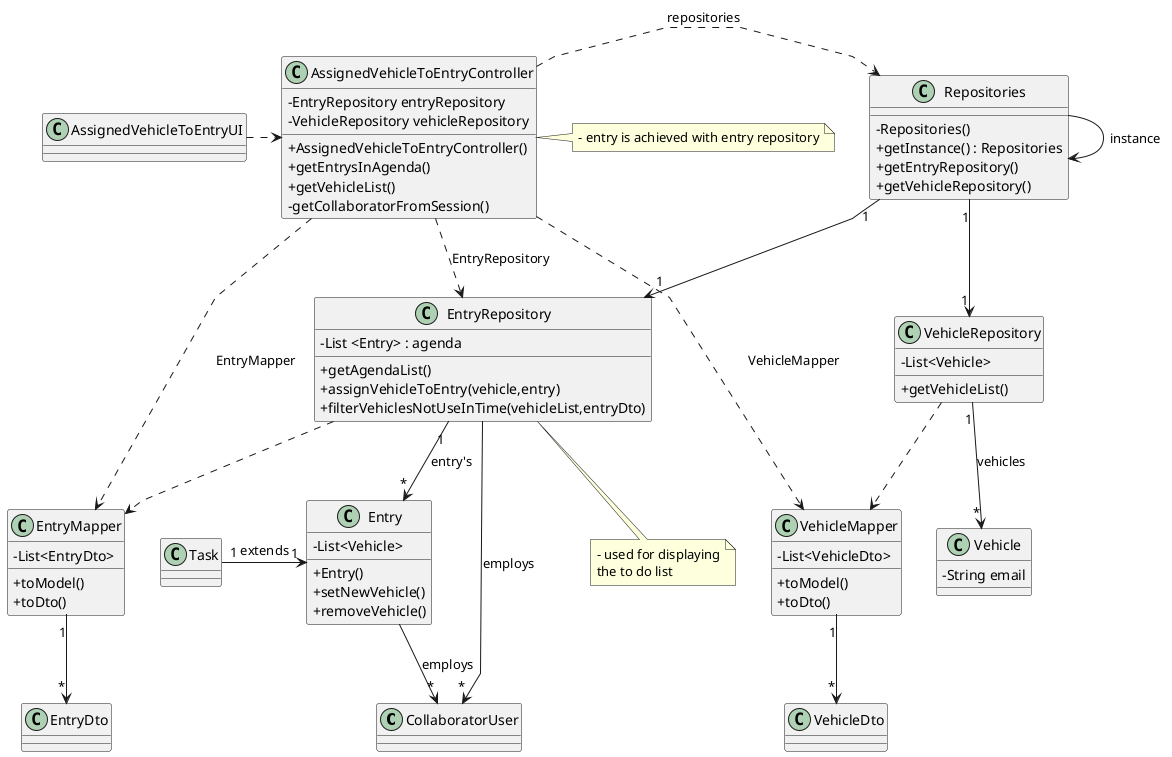
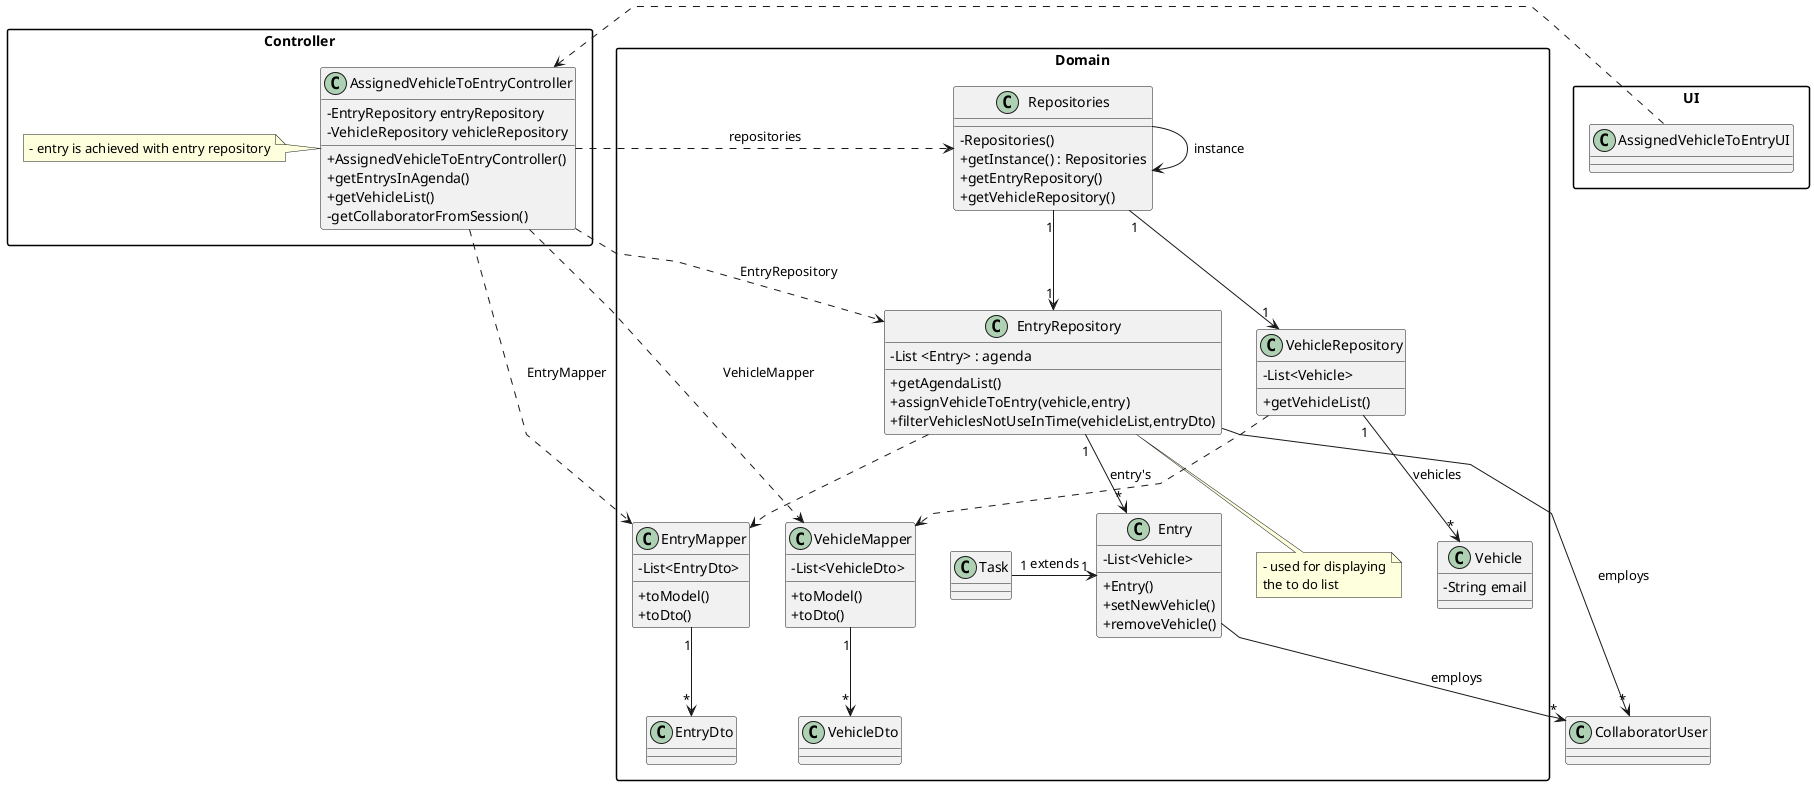
@startuml
'skinparam monochrome true
skinparam packageStyle rectangle
skinparam shadowing false
skinparam linetype polyline
'skinparam linetype orto

skinparam classAttributeIconSize 0

'left to right direction

- 
- class CollaboratorUser {
- }
- 
- 
+ package "Domain" {
class Entry {
    - List<Vehicle>
    + Entry()
    + setNewVehicle()
    + removeVehicle()
}

class Task{
}
- 
- 
class EntryRepository {
    - List <Entry> : agenda

    + getAgendaList()
    + assignVehicleToEntry(vehicle,entry)
    + filterVehiclesNotUseInTime(vehicleList,entryDto)
}
+ 
+ 
+ note bottom of EntryRepository
+     - used for displaying
+     the to do list
+ end note

class VehicleRepository{
    - List<Vehicle>

    + getVehicleList()
}

class Vehicle {
    - String email
}


class Repositories {
    - Repositories()
    + getInstance() : Repositories
    + getEntryRepository()
    + getVehicleRepository()
- }
- 
- class AssignedVehicleToEntryController {
-     - EntryRepository entryRepository
-     - VehicleRepository vehicleRepository
-     + AssignedVehicleToEntryController()
-     + getEntrysInAgenda()
-     + getVehicleList()
-     - getCollaboratorFromSession()
}

class EntryMapper{
    - List<EntryDto>
    + toModel()
    + toDto()
}

class EntryDto{
}

class VehicleMapper{
    - List<VehicleDto>
    + toModel()
    + toDto()
}

class VehicleDto{
}

+ }

- note right of AssignedVehicleToEntryController
+ 
+ 
+ class CollaboratorUser {
+ }
+ 
+ 
+ package "Controller"{
+ 
+ class AssignedVehicleToEntryController {
+     - EntryRepository entryRepository
+     - VehicleRepository vehicleRepository
+     + AssignedVehicleToEntryController()
+     + getEntrysInAgenda()
+     + getVehicleList()
+     - getCollaboratorFromSession()
+ }
+ 
+ note left of AssignedVehicleToEntryController
    - entry is achieved with entry repository
end note

- note bottom of EntryRepository
-     - used for displaying
-     the to do list
- end note
+ 
+ }
+ 
+ 
+ 
+ package "UI"{

class AssignedVehicleToEntryUI {
}

+ }
Repositories -> Repositories : instance


AssignedVehicleToEntryUI .> AssignedVehicleToEntryController

AssignedVehicleToEntryController .> Repositories : repositories
Repositories "1" --> "1" EntryRepository
Repositories "1" --> "1" VehicleRepository

AssignedVehicleToEntryController ..> EntryRepository : EntryRepository
AssignedVehicleToEntryController ..> EntryMapper : EntryMapper
AssignedVehicleToEntryController ..> VehicleMapper : VehicleMapper

EntryMapper "1" --> "*" EntryDto

VehicleRepository "1" --> "*" Vehicle : vehicles

EntryRepository "1" --> "*" Entry : entry's
EntryRepository --> "*" CollaboratorUser : employs
EntryRepository ..> EntryMapper
VehicleRepository ..> VehicleMapper

VehicleMapper "1" --> "*" VehicleDto

Entry --> "*" CollaboratorUser : employs
Task "1" -> "1" Entry : extends


@enduml